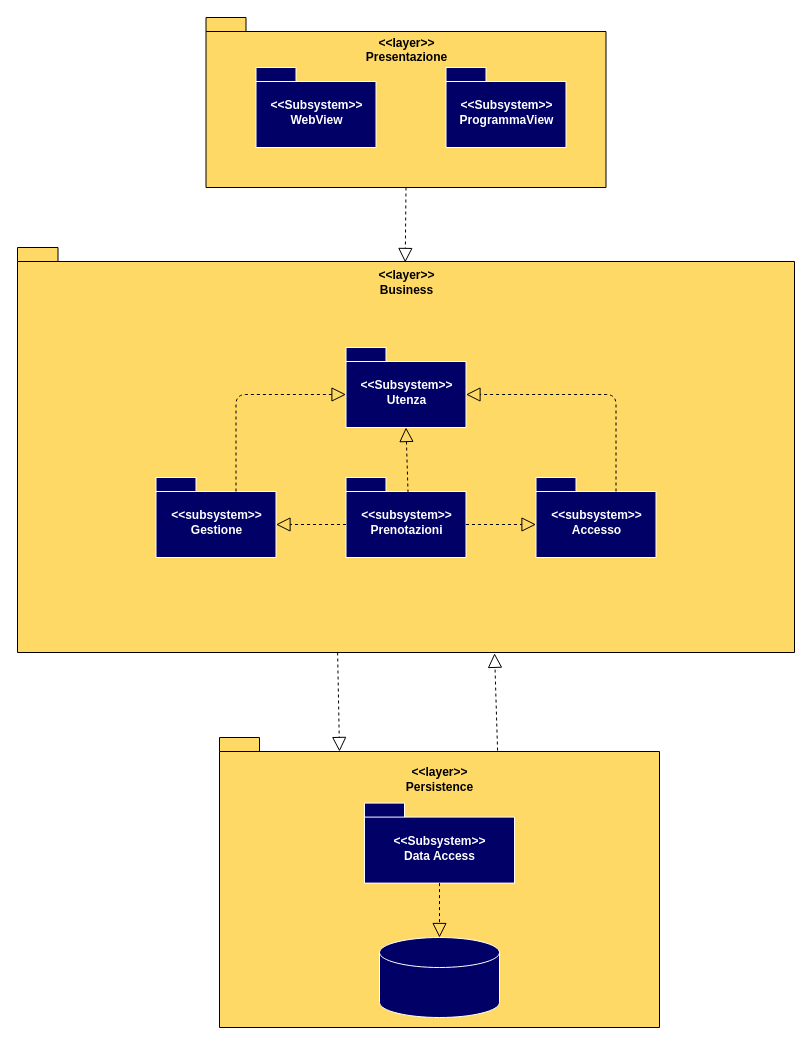
This is Documenti/SDD/Decoposizione del Sistema/Decoposition_v3.drawio from Givaa/MedQueue, a draw.io file, before an edit. Source tidied: cells renumbered, new cells numbered last; positions are measured from the earlier drawing's top-left corner, leaving out a move shared by most shapes. Both pictures are drawn from the tidied source at 100%, with x=0, y=0 at pixel (17, 17).
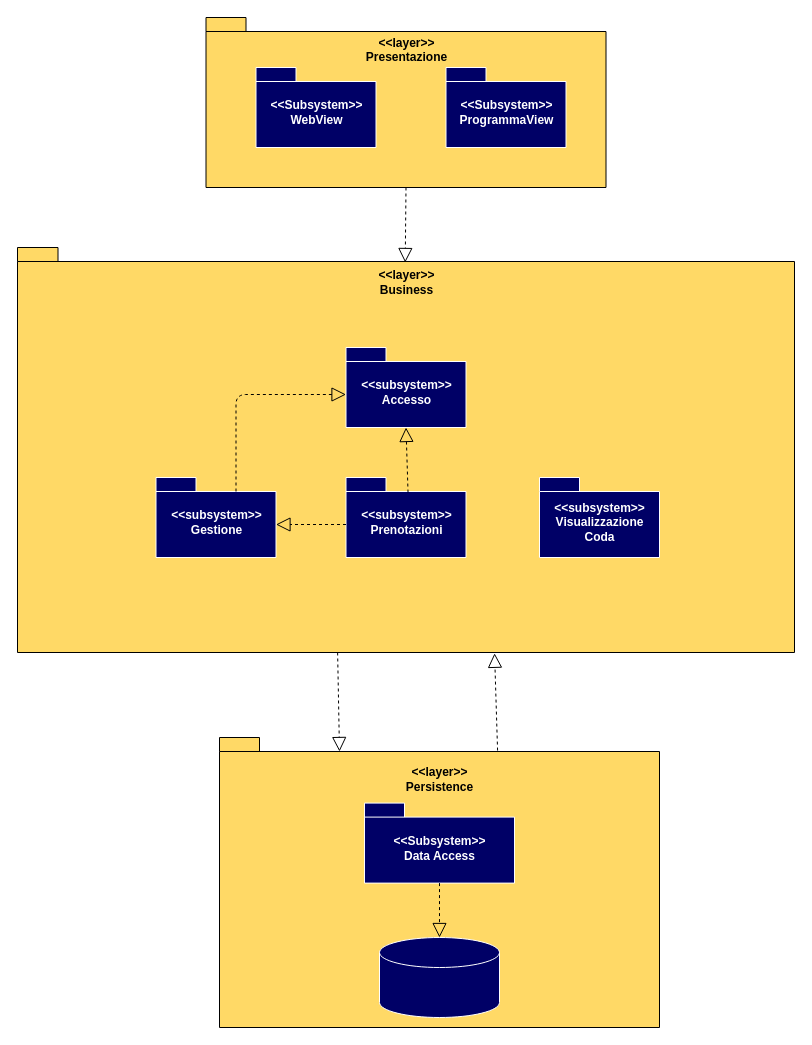
The same page after the edit.

Unchanged cells that the change refers to:
```xml
<mxCell id="7" value="&lt;div&gt;&lt;font color=&quot;#FFFFFF&quot;&gt;&amp;lt;&amp;lt;subsystem&amp;gt;&amp;gt;&lt;br&gt;&lt;/font&gt;&lt;/div&gt;&lt;div&gt;&lt;font color=&quot;#FFFFFF&quot;&gt;Prenotazioni&lt;/font&gt;&lt;/div&gt;" style="shape=folder;fontStyle=1;spacingTop=10;tabWidth=40;tabHeight=14;tabPosition=left;html=1;fillColor=#000066;strokeColor=#FFFFFF;" parent="1" vertex="1">
  <mxGeometry x="328.5" y="460" width="120" height="80" as="geometry" />
</mxCell>
<mxCell id="8" value="&lt;div&gt;&lt;font color=&quot;#FFFFFF&quot;&gt;&amp;lt;&amp;lt;subsystem&amp;gt;&amp;gt;&lt;br&gt;&lt;/font&gt;&lt;/div&gt;&lt;div&gt;&lt;font color=&quot;#ffffff&quot;&gt;Gestione&lt;/font&gt;&lt;/div&gt;" style="shape=folder;fontStyle=1;spacingTop=10;tabWidth=40;tabHeight=14;tabPosition=left;html=1;fillColor=#000066;strokeColor=#FFFFFF;" parent="1" vertex="1">
  <mxGeometry x="138.5" y="460" width="120" height="80" as="geometry" />
</mxCell>
```

The edit, as a diff of the source:
```diff
@@
     <mxCell id="6" value="&lt;div&gt;&lt;font color=&quot;#FFFFFF&quot;&gt;&amp;lt;&amp;lt;subsystem&amp;gt;&amp;gt;&lt;br&gt;&lt;/font&gt;&lt;/div&gt;&lt;div&gt;&lt;font color=&quot;#FFFFFF&quot;&gt;Accesso&lt;/font&gt;&lt;/div&gt;" style="shape=folder;fontStyle=1;spacingTop=10;tabWidth=40;tabHeight=14;tabPosition=left;html=1;fillColor=#000066;strokeColor=#FFFFFF;" parent="1" vertex="1">
-      <mxGeometry x="518.5" y="460" width="120" height="80" as="geometry" />
+      <mxGeometry x="328.5" y="330" width="120" height="80" as="geometry" />
     </mxCell>
@@
-    <mxCell id="9" value="&lt;div&gt;&lt;font color=&quot;#FFFFFF&quot;&gt;&amp;lt;&amp;lt;Subsystem&amp;gt;&amp;gt;&lt;br&gt;&lt;/font&gt;&lt;/div&gt;&lt;div&gt;&lt;font color=&quot;#FFFFFF&quot;&gt;Utenza&lt;/font&gt;&lt;/div&gt;" style="shape=folder;fontStyle=1;spacingTop=10;tabWidth=40;tabHeight=14;tabPosition=left;html=1;fillColor=#000066;strokeColor=#FFFFFF;" parent="1" vertex="1">
-      <mxGeometry x="328.5" y="330" width="120" height="80" as="geometry" />
-    </mxCell>
-    <mxCell id="10" style="endArrow=block;dashed=1;endFill=0;endSize=12;html=1;entryX=0;entryY=0;entryDx=0;entryDy=47;entryPerimeter=0;exitX=0;exitY=0;exitDx=80;exitDy=14;exitPerimeter=0;" parent="1" edge="1" source="8" target="9">
+    <mxCell id="10" style="endArrow=block;dashed=1;endFill=0;endSize=12;html=1;entryX=0;entryY=0;entryDx=0;entryDy=47;entryPerimeter=0;exitX=0;exitY=0;exitDx=80;exitDy=14;exitPerimeter=0;" parent="1" edge="1" source="8">
       <mxGeometry relative="1" as="geometry">
+        <mxPoint x="328.5" y="377" as="targetPoint" />
         <Array as="points">
           <mxPoint x="218.5" y="377" />
         </Array>
       </mxGeometry>
     </mxCell>
-    <mxCell id="11" style="endArrow=block;dashed=1;endFill=0;endSize=12;html=1;entryX=0;entryY=0;entryDx=120;entryDy=47;entryPerimeter=0;exitX=0;exitY=0;exitDx=80;exitDy=14;exitPerimeter=0;" parent="1" edge="1" source="6" target="9">
-      <mxGeometry relative="1" as="geometry">
-        <Array as="points">
-          <mxPoint x="598.5" y="377" />
-        </Array>
-      </mxGeometry>
-    </mxCell>
-    <mxCell id="12" style="endArrow=block;dashed=1;endFill=0;endSize=12;html=1;exitX=0.517;exitY=0.188;exitDx=0;exitDy=0;exitPerimeter=0;entryX=0.5;entryY=1;entryDx=0;entryDy=0;entryPerimeter=0;" parent="1" edge="1" source="7" target="9">
-      <mxGeometry relative="1" as="geometry" />
+    <mxCell id="12" style="endArrow=block;dashed=1;endFill=0;endSize=12;html=1;exitX=0.517;exitY=0.188;exitDx=0;exitDy=0;exitPerimeter=0;entryX=0.5;entryY=1;entryDx=0;entryDy=0;entryPerimeter=0;" parent="1" edge="1" source="7">
+      <mxGeometry relative="1" as="geometry">
+        <mxPoint x="388.5" y="410" as="targetPoint" />
+      </mxGeometry>
     </mxCell>
@@
-    <mxCell id="14" style="endArrow=block;dashed=1;endFill=0;endSize=12;html=1;exitX=0;exitY=0;exitDx=120;exitDy=47;exitPerimeter=0;entryX=0;entryY=0;entryDx=0;entryDy=47;entryPerimeter=0;" parent="1" edge="1" source="7" target="6">
-      <mxGeometry relative="1" as="geometry" />
-    </mxCell>
@@
+    <mxCell id="22" value="&lt;div&gt;&lt;font color=&quot;#FFFFFF&quot;&gt;&amp;lt;&amp;lt;subsystem&amp;gt;&amp;gt;&lt;br&gt;&lt;/font&gt;&lt;/div&gt;&lt;div&gt;&lt;font color=&quot;#FFFFFF&quot;&gt;Visualizzazione&lt;/font&gt;&lt;/div&gt;&lt;div&gt;&lt;font color=&quot;#FFFFFF&quot;&gt;Coda&lt;/font&gt;&lt;/div&gt;" style="shape=folder;fontStyle=1;spacingTop=10;tabWidth=40;tabHeight=14;tabPosition=left;html=1;fillColor=#000066;strokeColor=#FFFFFF;" parent="1" vertex="1">
+      <mxGeometry x="522" y="460" width="120" height="80" as="geometry" />
+    </mxCell>
```
